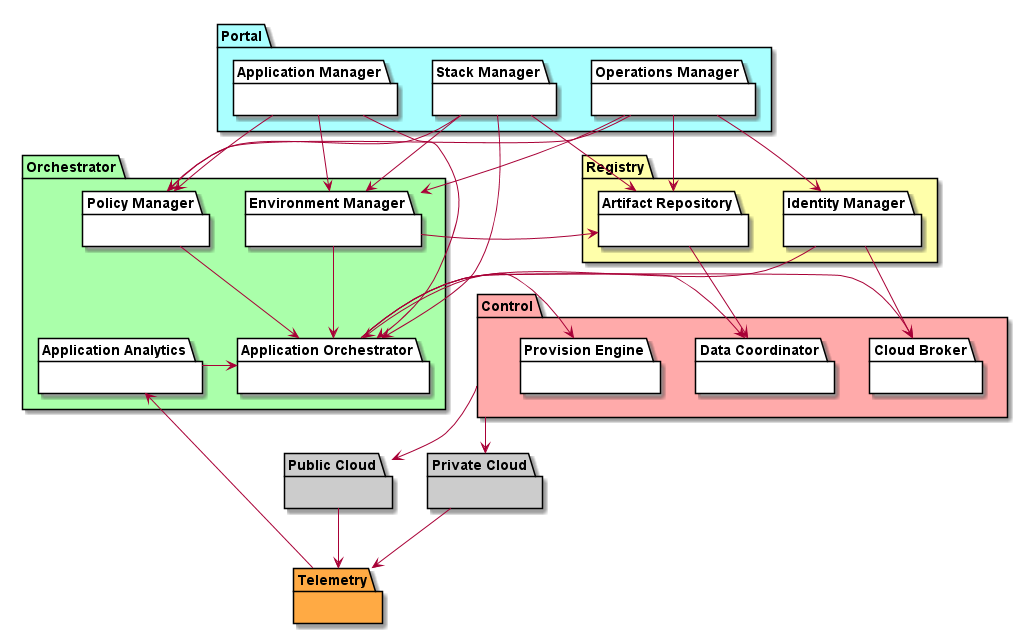
This is docs/Solution/Process.png from CAADE/C3, a PlantUML export, as it was before one commit.
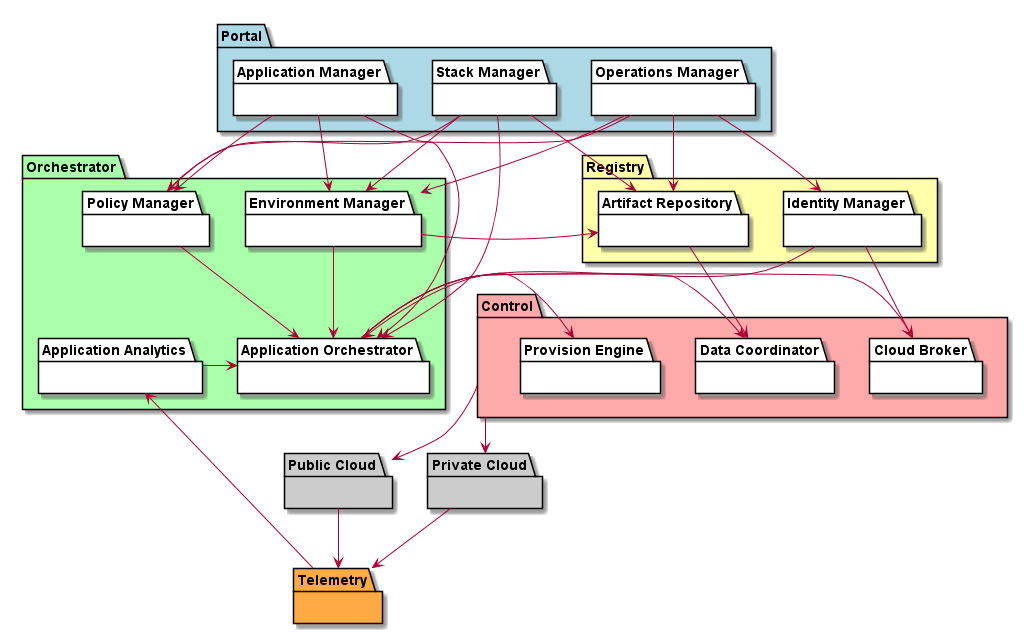
The same diagram one commit later.

The edit, as a diff of the source:
```diff
@@ -1,6 +1,6 @@
 @startuml
 
-package "Portal" #aaffff {
+package "Portal" #lightblue {
     package "Application Manager" as AM { }
     package "Operations Manager" as OM { }
     package "Stack Manager" as SM { }
```
